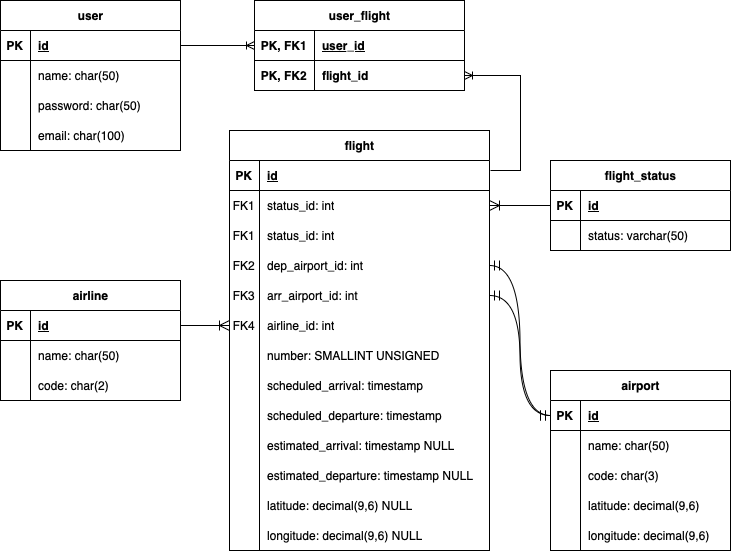
This is diagrams/ERD.png from theacademy/c411-final-team-projects-c411-team-4, a draw.io export, as it was before one commit. Source tidied: cells renumbered, new cells last; positions are measured from the earlier drawing's top-left corner, leaving out a move shared by most shapes.
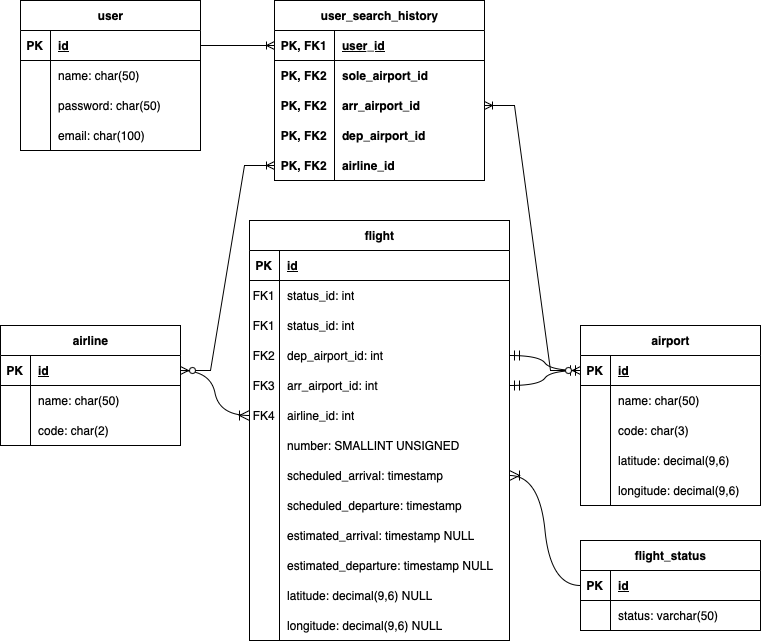
The same diagram one commit later.

Diff of the diagram source:
```diff
@@ -123,7 +123,7 @@
       <mxGeometry x="30" width="230" height="30" as="geometry" />
     </mxCell>
     <mxCell id="42" value="flight_status" style="shape=table;startSize=30;rowLines=0;fontStyle=1;align=center;html=1;fillColor=none;" parent="1" vertex="1">
-      <mxGeometry x="550" y="160" width="180" height="90" as="geometry" />
+      <mxGeometry x="560" y="450" width="180" height="90" as="geometry" />
     </mxCell>
     <mxCell id="43" style="shape=tableRow;horizontal=0;startSize=0;swimlaneHead=0;swimlaneBody=0;fillColor=none;points=[[0,0.5],[1,0.5]];portConstraint=eastwest;top=0;left=0;right=0;bottom=1;" parent="42" vertex="1">
       <mxGeometry y="30" width="180" height="30" as="geometry" />
@@ -144,7 +144,7 @@
       <mxGeometry x="30" width="150" height="30" as="geometry" />
     </mxCell>
     <mxCell id="49" value="airline" style="shape=table;startSize=30;rowLines=0;fontStyle=1;align=center;html=1;fillColor=none;" parent="1" vertex="1">
-      <mxGeometry y="280" width="180" height="120" as="geometry" />
+      <mxGeometry x="-20" y="235" width="180" height="120" as="geometry" />
     </mxCell>
     <mxCell id="50" style="shape=tableRow;horizontal=0;startSize=0;swimlaneHead=0;swimlaneBody=0;fillColor=none;points=[[0,0.5],[1,0.5]];portConstraint=eastwest;top=0;left=0;right=0;bottom=1;" parent="49" vertex="1">
       <mxGeometry y="30" width="180" height="30" as="geometry" />
@@ -173,11 +173,11 @@
     <mxCell id="58" value="&lt;div&gt;code: char(2)&lt;br&gt;&lt;/div&gt;" style="shape=partialRectangle;fillColor=none;top=0;left=0;bottom=0;right=0;align=left;spacingLeft=6;overflow=hidden;whiteSpace=wrap;html=1;" parent="56" vertex="1">
       <mxGeometry x="30" width="150" height="30" as="geometry" />
     </mxCell>
-    <mxCell id="59" style="edgeStyle=entityRelationEdgeStyle;fontSize=12;html=1;endArrow=ERoneToMany;rounded=0;startSize=8;endSize=8;curved=1;entryX=1;entryY=0.5;entryDx=0;entryDy=0;exitX=0;exitY=0.5;exitDx=0;exitDy=0;" parent="1" edge="1" source="43" target="6">
+    <mxCell id="59" style="edgeStyle=entityRelationEdgeStyle;fontSize=12;html=1;endArrow=ERoneToMany;rounded=0;startSize=8;endSize=8;curved=1;entryX=1;entryY=0.5;entryDx=0;entryDy=0;exitX=0;exitY=0.5;exitDx=0;exitDy=0;" parent="1" edge="1" source="43" target="24">
       <mxGeometry relative="1" as="geometry" />
     </mxCell>
     <mxCell id="60" value="airport" style="shape=table;startSize=30;rowLines=0;fontStyle=1;align=center;html=1;fillColor=none;" parent="1" vertex="1">
-      <mxGeometry x="550" y="370" width="180" height="180" as="geometry" />
+      <mxGeometry x="560" y="235" width="180" height="180" as="geometry" />
     </mxCell>
     <mxCell id="61" style="shape=tableRow;horizontal=0;startSize=0;swimlaneHead=0;swimlaneBody=0;fillColor=none;points=[[0,0.5],[1,0.5]];portConstraint=eastwest;top=0;left=0;right=0;bottom=1;" parent="60" vertex="1">
       <mxGeometry y="30" width="180" height="30" as="geometry" />
@@ -234,7 +234,7 @@
       <mxGeometry relative="1" as="geometry" />
     </mxCell>
     <mxCell id="79" value="user" style="shape=table;startSize=30;rowLines=0;fontStyle=1;align=center;html=1;fillColor=none;" parent="1" vertex="1">
-      <mxGeometry width="180" height="150" as="geometry" />
+      <mxGeometry y="-90" width="180" height="150" as="geometry" />
     </mxCell>
     <mxCell id="80" style="shape=tableRow;horizontal=0;startSize=0;swimlaneHead=0;swimlaneBody=0;fillColor=none;points=[[0,0.5],[1,0.5]];portConstraint=eastwest;top=0;left=0;right=0;bottom=1;" parent="79" vertex="1">
       <mxGeometry y="30" width="180" height="30" as="geometry" />
@@ -272,8 +272,8 @@
     <mxCell id="91" value="&lt;div&gt;email: char(100)&lt;br&gt;&lt;/div&gt;" style="shape=partialRectangle;fillColor=none;top=0;left=0;bottom=0;right=0;align=left;spacingLeft=6;overflow=hidden;whiteSpace=wrap;html=1;" parent="89" vertex="1">
       <mxGeometry x="30" width="150" height="30" as="geometry" />
     </mxCell>
-    <mxCell id="92" value="user_flight" style="shape=table;startSize=30;rowLines=0;fontStyle=1;align=center;html=1;fillColor=none;" parent="1" vertex="1">
-      <mxGeometry x="254" width="210" height="90" as="geometry" />
+    <mxCell id="92" value="user_search_history" style="shape=table;startSize=30;rowLines=0;fontStyle=1;align=center;html=1;fillColor=none;" parent="1" vertex="1">
+      <mxGeometry x="254" y="-90" width="210" height="180" as="geometry" />
     </mxCell>
     <mxCell id="93" style="shape=tableRow;horizontal=0;startSize=0;swimlaneHead=0;swimlaneBody=0;fillColor=none;points=[[0,0.5],[1,0.5]];portConstraint=eastwest;top=0;left=0;right=0;bottom=1;" parent="92" vertex="1">
       <mxGeometry y="30" width="210" height="30" as="geometry" />
@@ -290,16 +290,44 @@
     <mxCell id="97" value="&lt;span style=&quot;font-weight: 700;&quot;&gt;PK, FK2&lt;/span&gt;" style="shape=partialRectangle;fillColor=none;top=0;left=0;bottom=0;right=0;overflow=hidden;whiteSpace=wrap;html=1;" parent="96" vertex="1">
       <mxGeometry width="60" height="30" as="geometry" />
     </mxCell>
-    <mxCell id="98" value="&lt;b&gt;flight_id&lt;/b&gt;" style="shape=partialRectangle;fillColor=none;top=0;left=0;bottom=0;right=0;align=left;spacingLeft=6;overflow=hidden;whiteSpace=wrap;html=1;" parent="96" vertex="1">
+    <mxCell id="98" value="&lt;b&gt;sole_airport_id&lt;/b&gt;" style="shape=partialRectangle;fillColor=none;top=0;left=0;bottom=0;right=0;align=left;spacingLeft=6;overflow=hidden;whiteSpace=wrap;html=1;" parent="96" vertex="1">
       <mxGeometry x="60" width="150" height="30" as="geometry" />
     </mxCell>
+    <mxCell id="101" style="shape=tableRow;horizontal=0;startSize=0;swimlaneHead=0;swimlaneBody=0;fillColor=none;points=[[0,0.5],[1,0.5]];portConstraint=eastwest;top=0;left=0;right=0;bottom=0;" parent="92" vertex="1">
+      <mxGeometry y="90" width="210" height="30" as="geometry" />
+    </mxCell>
+    <mxCell id="102" value="&lt;span style=&quot;font-weight: 700;&quot;&gt;PK, FK2&lt;/span&gt;" style="shape=partialRectangle;fillColor=none;top=0;left=0;bottom=0;right=0;overflow=hidden;whiteSpace=wrap;html=1;" parent="101" vertex="1">
+      <mxGeometry width="60" height="30" as="geometry" />
+    </mxCell>
+    <mxCell id="103" value="&lt;b&gt;arr_airport_id&lt;/b&gt;" style="shape=partialRectangle;fillColor=none;top=0;left=0;bottom=0;right=0;align=left;spacingLeft=6;overflow=hidden;whiteSpace=wrap;html=1;" parent="101" vertex="1">
+      <mxGeometry x="60" width="150" height="30" as="geometry" />
+    </mxCell>
+    <mxCell id="104" style="shape=tableRow;horizontal=0;startSize=0;swimlaneHead=0;swimlaneBody=0;fillColor=none;top=0;left=0;right=0;bottom=0;" parent="92" vertex="1">
+      <mxGeometry y="120" width="210" height="30" as="geometry" />
+    </mxCell>
+    <mxCell id="105" value="&lt;span style=&quot;font-weight: 700;&quot;&gt;PK, FK2&lt;/span&gt;" style="shape=partialRectangle;fillColor=none;top=0;left=0;bottom=0;right=0;overflow=hidden;whiteSpace=wrap;html=1;" parent="104" vertex="1">
+      <mxGeometry width="60" height="30" as="geometry" />
+    </mxCell>
+    <mxCell id="106" value="&lt;b&gt;dep_airport_id&lt;/b&gt;" style="shape=partialRectangle;fillColor=none;top=0;left=0;bottom=0;right=0;align=left;spacingLeft=6;overflow=hidden;whiteSpace=wrap;html=1;" parent="104" vertex="1">
+      <mxGeometry x="60" width="150" height="30" as="geometry" />
+    </mxCell>
+    <mxCell id="107" style="shape=tableRow;horizontal=0;startSize=0;swimlaneHead=0;swimlaneBody=0;fillColor=none;points=[[0,0.5],[1,0.5]];portConstraint=eastwest;top=0;left=0;right=0;bottom=0;" parent="92" vertex="1">
+      <mxGeometry y="150" width="210" height="30" as="geometry" />
+    </mxCell>
+    <mxCell id="108" value="&lt;span style=&quot;font-weight: 700;&quot;&gt;PK, FK2&lt;/span&gt;" style="shape=partialRectangle;fillColor=none;top=0;left=0;bottom=0;right=0;overflow=hidden;whiteSpace=wrap;html=1;" parent="107" vertex="1">
+      <mxGeometry width="60" height="30" as="geometry" />
+    </mxCell>
+    <mxCell id="109" value="&lt;b&gt;airline_id&lt;/b&gt;" style="shape=partialRectangle;fillColor=none;top=0;left=0;bottom=0;right=0;align=left;spacingLeft=6;overflow=hidden;whiteSpace=wrap;html=1;" parent="107" vertex="1">
+      <mxGeometry x="60" width="150" height="30" as="geometry" />
+    </mxCell>
     <mxCell id="99" style="edgeStyle=entityRelationEdgeStyle;fontSize=12;html=1;endArrow=ERoneToMany;rounded=0;exitX=1;exitY=0.5;exitDx=0;exitDy=0;entryX=0;entryY=0.5;entryDx=0;entryDy=0;" parent="1" edge="1" source="80" target="93">
       <mxGeometry relative="1" as="geometry" />
     </mxCell>
-    <mxCell id="100" style="edgeStyle=entityRelationEdgeStyle;fontSize=12;html=1;endArrow=ERoneToMany;rounded=0;entryX=1;entryY=0.5;entryDx=0;entryDy=0;" parent="1" edge="1" target="96">
-      <mxGeometry relative="1" as="geometry">
-        <mxPoint x="490" y="170" as="sourcePoint" />
-      </mxGeometry>
-    </mxCell>
+    <mxCell id="110" style="edgeStyle=entityRelationEdgeStyle;fontSize=12;html=1;endArrow=ERoneToMany;startArrow=ERzeroToMany;rounded=0;entryX=0;entryY=0.5;entryDx=0;entryDy=0;exitX=1;exitY=0.5;exitDx=0;exitDy=0;" parent="1" edge="1" source="50" target="107">
+      <mxGeometry relative="1" as="geometry" />
+    </mxCell>
+    <mxCell id="111" style="edgeStyle=entityRelationEdgeStyle;fontSize=12;html=1;endArrow=ERoneToMany;startArrow=ERzeroToMany;rounded=0;entryX=1;entryY=0.5;entryDx=0;entryDy=0;exitX=0;exitY=0.5;exitDx=0;exitDy=0;" parent="1" edge="1" source="61" target="101">
+      <mxGeometry relative="1" as="geometry" />
+    </mxCell>
   </root>
 </mxGraphModel>
```
